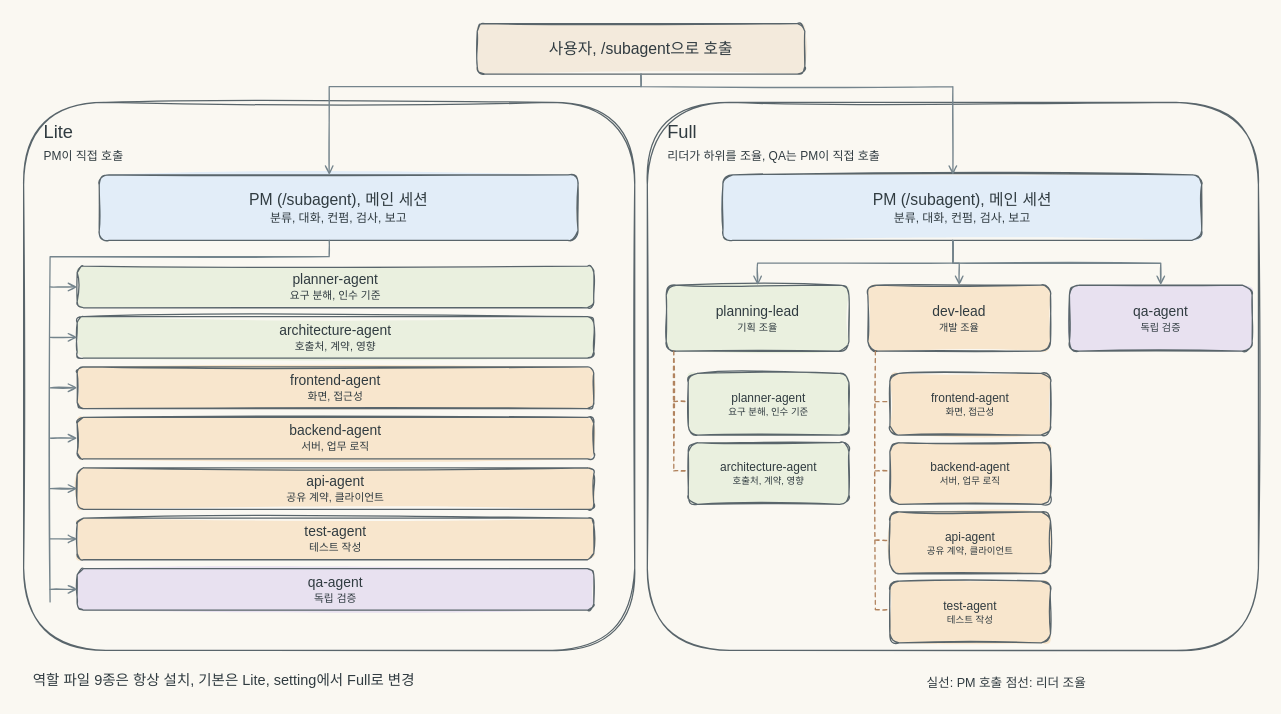
Above: docs/assets/drawio/subagent-workflow.ko.drawio in jbeat30/claude-subagent-workflow (draw.io), before the change. Source tidied: cells renumbered, new cells numbered last; positions are measured from the earlier drawing's top-left corner, leaving out a move shared by most shapes. Both pictures are drawn from the tidied source at 63%, with x=0, y=0 at pixel (11, 11).
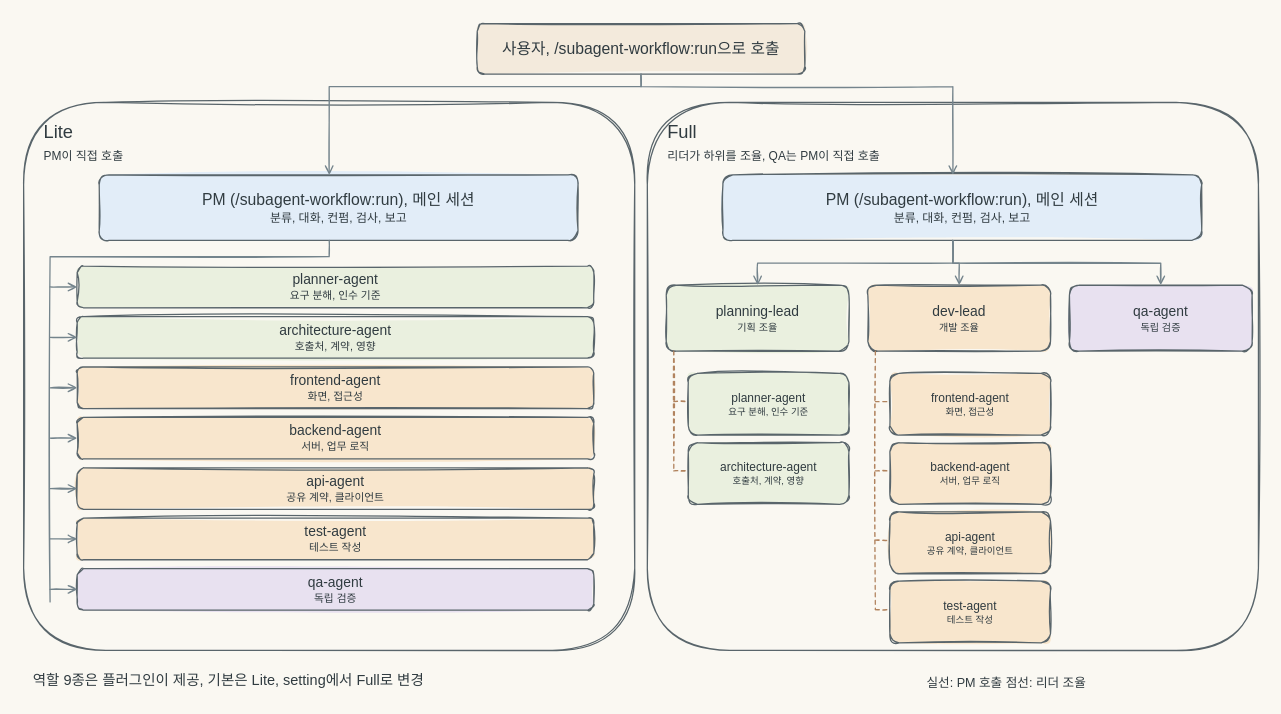
The same page after the edit.

What changed in the source:
```diff
@@
-    <mxCell id="3" value="&lt;div style=&quot;font-size:25.0px;font-weight:normal;line-height:1.35;color:#303B40;&quot;&gt;사용자, /subagent으로 호출&lt;/div&gt;" style="whiteSpace=wrap;html=1;align=center;verticalAlign=middle;fontFamily=Malgun Gothic;fontColor=#303B40;fillColor=#f3eadc;spacing=12;rounded=1;sketch=1;jiggle=2;strokeWidth=2;strokeColor=#59656b;fillOpacity=100;opacity=100;fillStyle=solid;gradientColor=none;glass=0;fontStyle=0;" parent="1" vertex="1">
+    <mxCell id="3" value="&lt;div style=&quot;font-size:25.0px;font-weight:normal;line-height:1.35;color:#303B40;&quot;&gt;사용자, /subagent-workflow:run으로 호출&lt;/div&gt;" style="whiteSpace=wrap;html=1;align=center;verticalAlign=middle;fontFamily=Malgun Gothic;fontColor=#303B40;fillColor=#f3eadc;spacing=12;rounded=1;sketch=1;jiggle=2;strokeWidth=2;strokeColor=#59656b;fillOpacity=100;opacity=100;fillStyle=solid;gradientColor=none;glass=0;fontStyle=0;" parent="1" vertex="1">
       <mxGeometry x="740" y="20" width="520" height="80" as="geometry" />
     </mxCell>
@@
-    <mxCell id="5" value="&lt;div style=&quot;font-size:25.0px;font-weight:normal;line-height:1.35;color:#303B40;&quot;&gt;PM (/subagent), 메인 세션&lt;/div&gt;&lt;div style=&quot;font-size:19.0px;font-weight:normal;line-height:1.35;color:#303B40;&quot;&gt;분류, 대화, 컨펌, 검사, 보고&lt;/div&gt;" style="whiteSpace=wrap;html=1;align=center;verticalAlign=middle;fontFamily=Malgun Gothic;fontColor=#303B40;fillColor=#e2edf8;spacing=12;rounded=1;sketch=1;jiggle=2;strokeWidth=2;strokeColor=#59656b;fillOpacity=100;opacity=100;fillStyle=solid;gradientColor=none;glass=0;fontStyle=0;" parent="1" vertex="1">
+    <mxCell id="5" value="&lt;div style=&quot;font-size:25.0px;font-weight:normal;line-height:1.35;color:#303B40;&quot;&gt;PM (/subagent-workflow:run), 메인 세션&lt;/div&gt;&lt;div style=&quot;font-size:19.0px;font-weight:normal;line-height:1.35;color:#303B40;&quot;&gt;분류, 대화, 컨펌, 검사, 보고&lt;/div&gt;" style="whiteSpace=wrap;html=1;align=center;verticalAlign=middle;fontFamily=Malgun Gothic;fontColor=#303B40;fillColor=#e2edf8;spacing=12;rounded=1;sketch=1;jiggle=2;strokeWidth=2;strokeColor=#59656b;fillOpacity=100;opacity=100;fillStyle=solid;gradientColor=none;glass=0;fontStyle=0;" parent="1" vertex="1">
       <mxGeometry x="140" y="260" width="760" height="104" as="geometry" />
     </mxCell>
@@
-    <mxCell id="7" value="&lt;div style=&quot;font-size:25.0px;font-weight:normal;line-height:1.35;color:#303B40;&quot;&gt;PM (/subagent), 메인 세션&lt;/div&gt;&lt;div style=&quot;font-size:19.0px;font-weight:normal;line-height:1.35;color:#303B40;&quot;&gt;분류, 대화, 컨펌, 검사, 보고&lt;/div&gt;" style="whiteSpace=wrap;html=1;align=center;verticalAlign=middle;fontFamily=Malgun Gothic;fontColor=#303B40;fillColor=#e2edf8;spacing=12;rounded=1;sketch=1;jiggle=2;strokeWidth=2;strokeColor=#59656b;fillOpacity=100;opacity=100;fillStyle=solid;gradientColor=none;glass=0;fontStyle=0;" parent="1" vertex="1">
+    <mxCell id="7" value="&lt;div style=&quot;font-size:25.0px;font-weight:normal;line-height:1.35;color:#303B40;&quot;&gt;PM (/subagent-workflow:run), 메인 세션&lt;/div&gt;&lt;div style=&quot;font-size:19.0px;font-weight:normal;line-height:1.35;color:#303B40;&quot;&gt;분류, 대화, 컨펌, 검사, 보고&lt;/div&gt;" style="whiteSpace=wrap;html=1;align=center;verticalAlign=middle;fontFamily=Malgun Gothic;fontColor=#303B40;fillColor=#e2edf8;spacing=12;rounded=1;sketch=1;jiggle=2;strokeWidth=2;strokeColor=#59656b;fillOpacity=100;opacity=100;fillStyle=solid;gradientColor=none;glass=0;fontStyle=0;" parent="1" vertex="1">
       <mxGeometry x="1130" y="260" width="760" height="104" as="geometry" />
     </mxCell>
@@
-    <mxCell id="24" value="역할 파일 9종은 항상 설치, 기본은 Lite, setting에서 Full로 변경" style="text;html=0;align=left;verticalAlign=top;whiteSpace=wrap;fontFamily=Malgun Gothic;fontSize=23.0;fontStyle=0;fontColor=#303B40;fillColor=none;strokeColor=none;spacing=0;" parent="1" vertex="1">
+    <mxCell id="24" value="역할 9종은 플러그인이 제공, 기본은 Lite, setting에서 Full로 변경" style="text;html=0;align=left;verticalAlign=top;whiteSpace=wrap;fontFamily=Malgun Gothic;fontSize=23.0;fontStyle=0;fontColor=#303B40;fillColor=none;strokeColor=none;spacing=0;" parent="1" vertex="1">
       <mxGeometry x="35" y="1045" width="688" height="36.8" as="geometry" />
     </mxCell>
```
